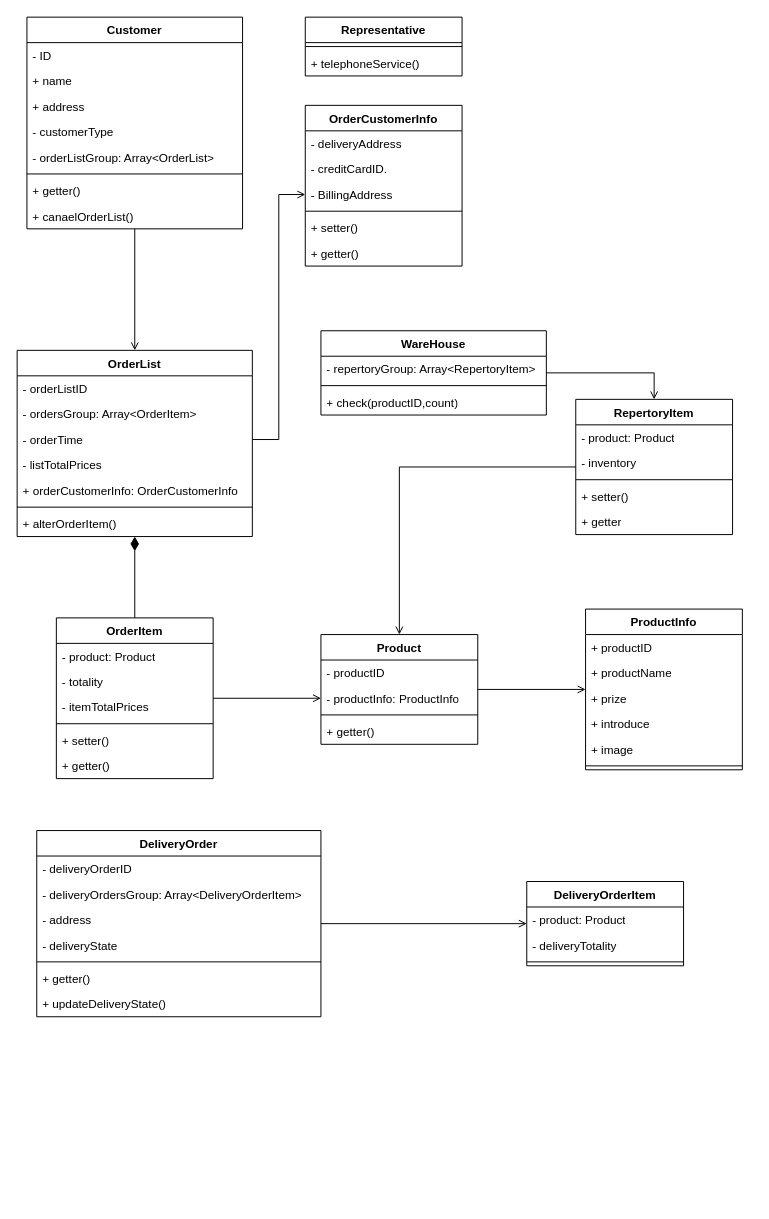
Earlier version of the draw.io diagram orders_Class.drawio (yayaer123/drawio_demo). Source tidied: cells renumbered, new cells numbered last; positions are measured from the earlier drawing's top-left corner, leaving out a move shared by most shapes. Both pictures are drawn from the tidied source at 98%, with x=0, y=0 at pixel (17, 17).
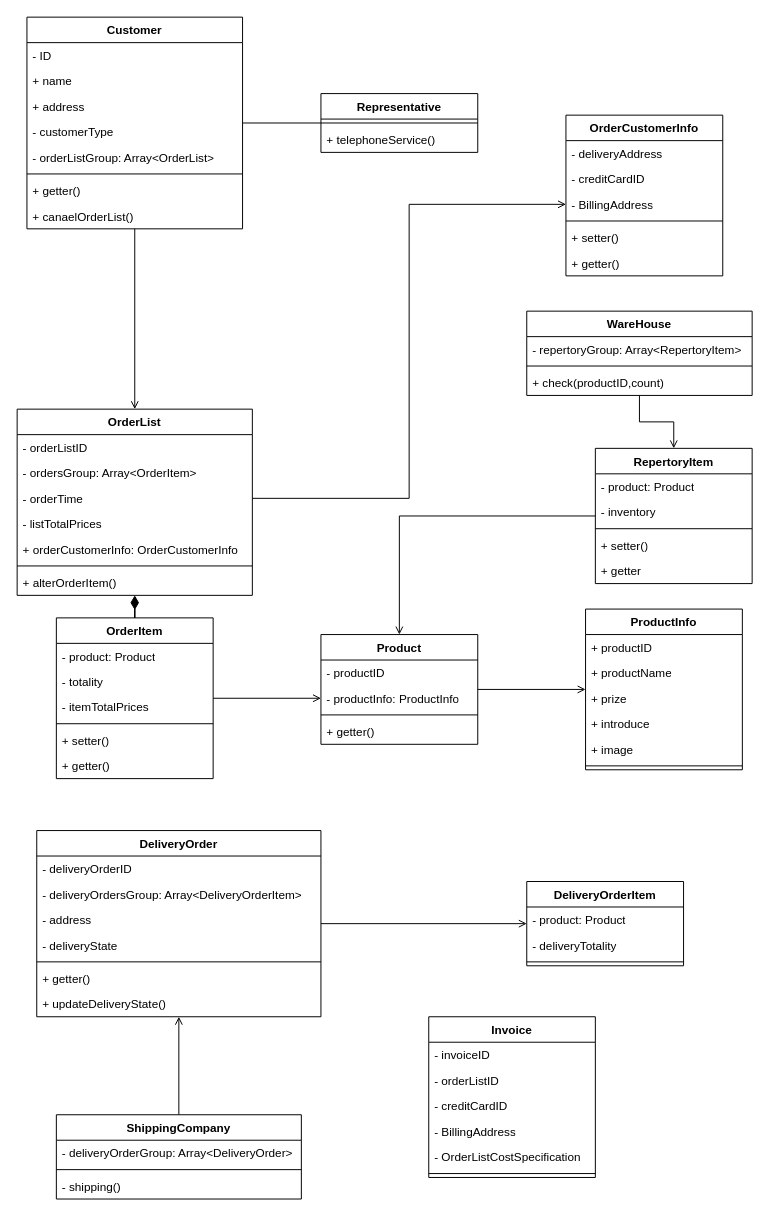
The same page after the edit.

The change refers to these unchanged cells:
```xml
<mxCell id="3" value="Customer" style="swimlane;fontStyle=1;align=center;verticalAlign=top;horizontal=1;startSize=26;whiteSpace=wrap;html=1;" parent="1" vertex="1">
  <mxGeometry x="10" width="220" height="216" as="geometry" />
</mxCell>
<mxCell id="66" value="DeliveryOrder" style="swimlane;fontStyle=1;align=center;verticalAlign=top;horizontal=1;startSize=26;whiteSpace=wrap;html=1;" parent="1" vertex="1">
  <mxGeometry x="20" y="830" width="290" height="190" as="geometry" />
</mxCell>
```

What changed in the source:
```diff
@@
+    <mxCell id="78" style="edgeStyle=orthogonalEdgeStyle;rounded=0;jettySize=auto;html=1;endArrow=none;endFill=0;" parent="1" edge="1" source="3" target="12">
+      <mxGeometry relative="1" as="geometry" />
+    </mxCell>
@@
     <mxCell id="12" value="Representative" style="swimlane;fontStyle=1;align=center;verticalAlign=top;horizontal=1;startSize=26;whiteSpace=wrap;html=1;" parent="1" vertex="1">
-      <mxGeometry x="294" width="160" height="60" as="geometry" />
+      <mxGeometry x="310" y="78" width="160" height="60" as="geometry" />
     </mxCell>
@@
     <mxCell id="29" value="OrderList" style="swimlane;fontStyle=1;align=center;verticalAlign=top;horizontal=1;startSize=26;whiteSpace=wrap;html=1;" parent="1" vertex="1">
-      <mxGeometry y="340" width="240" height="190" as="geometry" />
+      <mxGeometry y="400" width="240" height="190" as="geometry" />
     </mxCell>
@@
     <mxCell id="45" value="&lt;span style=&quot;text-align: left;&quot;&gt;OrderCustomerInfo&lt;/span&gt;" style="swimlane;fontStyle=1;align=center;verticalAlign=top;horizontal=1;startSize=26;whiteSpace=wrap;html=1;" parent="1" vertex="1">
-      <mxGeometry x="294" y="90" width="160" height="164" as="geometry" />
+      <mxGeometry x="560" y="100" width="160" height="164" as="geometry" />
     </mxCell>
@@
-    <mxCell id="47" value="- creditCardID." style="text;strokeColor=none;fillColor=none;align=left;verticalAlign=top;spacingLeft=4;spacingRight=4;overflow=hidden;whiteSpace=wrap;html=1;" parent="45" vertex="1">
+    <mxCell id="47" value="- creditCardID" style="text;strokeColor=none;fillColor=none;align=left;verticalAlign=top;spacingLeft=4;spacingRight=4;overflow=hidden;whiteSpace=wrap;html=1;" parent="45" vertex="1">
       <mxGeometry y="52" width="160" height="26" as="geometry" />
     </mxCell>
@@
     <mxCell id="54" value="WareHouse" style="swimlane;fontStyle=1;align=center;verticalAlign=top;horizontal=1;startSize=26;whiteSpace=wrap;html=1;" parent="1" vertex="1">
-      <mxGeometry x="310" y="320" width="230" height="86" as="geometry" />
+      <mxGeometry x="520" y="300" width="230" height="86" as="geometry" />
     </mxCell>
@@
     <mxCell id="59" value="RepertoryItem" style="swimlane;fontStyle=1;align=center;verticalAlign=top;horizontal=1;startSize=26;whiteSpace=wrap;html=1;" parent="1" vertex="1">
-      <mxGeometry x="570" y="390" width="160" height="138" as="geometry" />
+      <mxGeometry x="590" y="440" width="160" height="138" as="geometry" />
     </mxCell>
@@
+    <mxCell id="79" value="Invoice" style="swimlane;fontStyle=1;align=center;verticalAlign=top;horizontal=1;startSize=26;whiteSpace=wrap;html=1;" parent="1" vertex="1">
+      <mxGeometry x="420" y="1020" width="170" height="164" as="geometry" />
+    </mxCell>
+    <mxCell id="80" value="- invoiceID" style="text;strokeColor=none;fillColor=none;align=left;verticalAlign=top;spacingLeft=4;spacingRight=4;overflow=hidden;whiteSpace=wrap;html=1;" parent="79" vertex="1">
+      <mxGeometry y="26" width="170" height="26" as="geometry" />
+    </mxCell>
+    <mxCell id="81" value="- orderListID" style="text;strokeColor=none;fillColor=none;align=left;verticalAlign=top;spacingLeft=4;spacingRight=4;overflow=hidden;whiteSpace=wrap;html=1;" parent="79" vertex="1">
+      <mxGeometry y="52" width="170" height="26" as="geometry" />
+    </mxCell>
+    <mxCell id="82" value="- creditCardID" style="text;strokeColor=none;fillColor=none;align=left;verticalAlign=top;spacingLeft=4;spacingRight=4;overflow=hidden;whiteSpace=wrap;html=1;" parent="79" vertex="1">
+      <mxGeometry y="78" width="170" height="26" as="geometry" />
+    </mxCell>
+    <mxCell id="83" value="- BillingAddress" style="text;strokeColor=none;fillColor=none;align=left;verticalAlign=top;spacingLeft=4;spacingRight=4;overflow=hidden;whiteSpace=wrap;html=1;" parent="79" vertex="1">
+      <mxGeometry y="104" width="170" height="26" as="geometry" />
+    </mxCell>
+    <mxCell id="84" value="- OrderListCostSpecification" style="text;strokeColor=none;fillColor=none;align=left;verticalAlign=top;spacingLeft=4;spacingRight=4;overflow=hidden;whiteSpace=wrap;html=1;" parent="79" vertex="1">
+      <mxGeometry y="130" width="170" height="26" as="geometry" />
+    </mxCell>
+    <mxCell id="85" style="line;strokeWidth=1;fillColor=none;align=left;verticalAlign=middle;spacingTop=-1;spacingLeft=3;spacingRight=3;labelPosition=right;strokeColor=inherit;" parent="79" vertex="1">
+      <mxGeometry y="156" width="170" height="8" as="geometry" />
+    </mxCell>
+    <mxCell id="86" style="edgeStyle=orthogonalEdgeStyle;rounded=0;jettySize=auto;html=1;endArrow=open;endFill=0;" parent="1" edge="1" source="87" target="66">
+      <mxGeometry relative="1" as="geometry" />
+    </mxCell>
+    <mxCell id="87" value="ShippingCompany" style="swimlane;fontStyle=1;align=center;verticalAlign=top;horizontal=1;startSize=26;whiteSpace=wrap;html=1;" parent="1" vertex="1">
+      <mxGeometry x="40" y="1120" width="250" height="86" as="geometry" />
+    </mxCell>
+    <mxCell id="88" value="- deliveryOrderGroup: Array&amp;lt;DeliveryOrder&amp;gt;" style="text;strokeColor=none;fillColor=none;align=left;verticalAlign=top;spacingLeft=4;spacingRight=4;overflow=hidden;whiteSpace=wrap;html=1;" parent="87" vertex="1">
+      <mxGeometry y="26" width="250" height="26" as="geometry" />
+    </mxCell>
+    <mxCell id="89" style="line;strokeWidth=1;fillColor=none;align=left;verticalAlign=middle;spacingTop=-1;spacingLeft=3;spacingRight=3;labelPosition=right;strokeColor=inherit;" parent="87" vertex="1">
+      <mxGeometry y="52" width="250" height="8" as="geometry" />
+    </mxCell>
+    <mxCell id="90" value="- shipping()" style="text;strokeColor=none;fillColor=none;align=left;verticalAlign=top;spacingLeft=4;spacingRight=4;overflow=hidden;whiteSpace=wrap;html=1;" parent="87" vertex="1">
+      <mxGeometry y="60" width="250" height="26" as="geometry" />
+    </mxCell>
```
